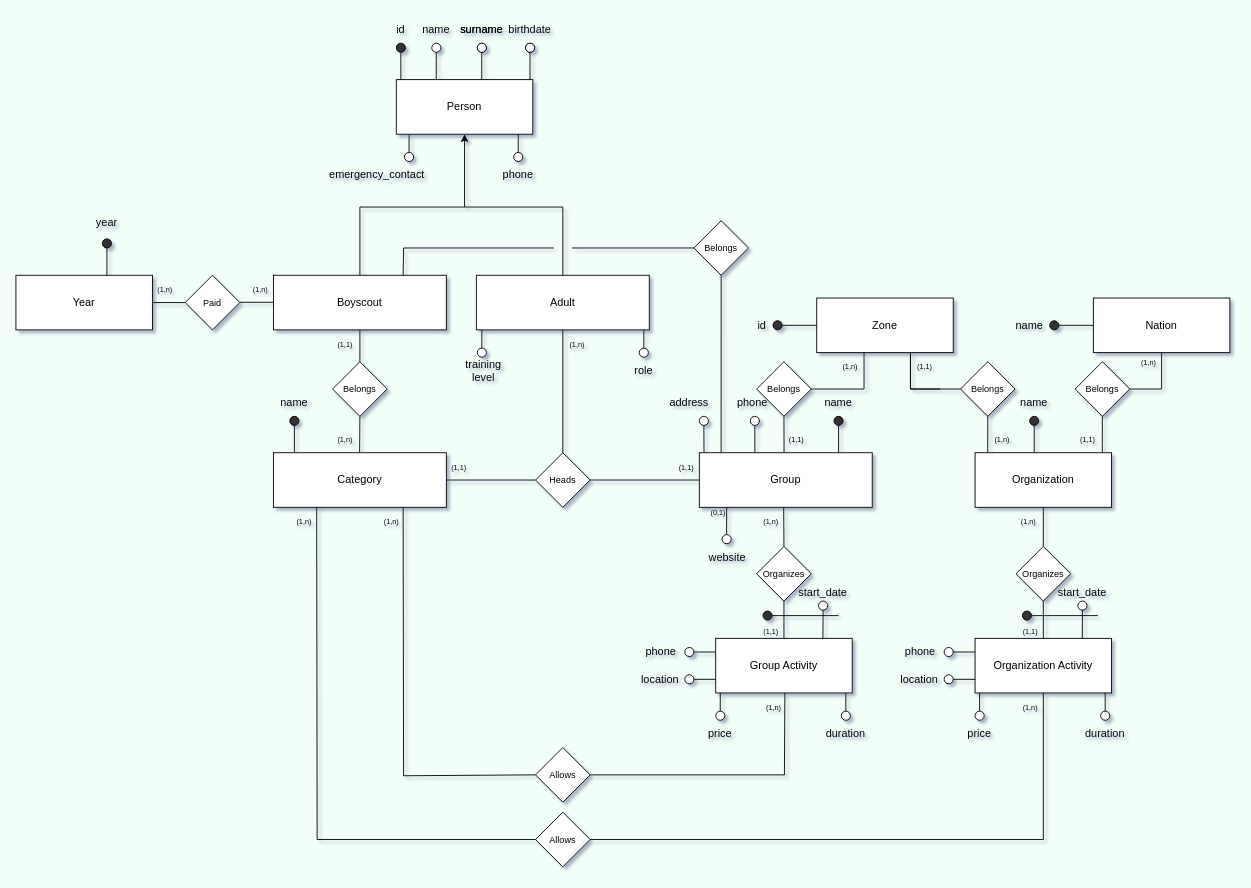
Above: database_project_second_version.drawio in michaelfidanza/scout_database (draw.io), before the change. Source tidied: cells renumbered, new cells numbered last; positions are measured from the earlier drawing's top-left corner, leaving out a move shared by most shapes. Both pictures are drawn from the tidied source at 91%, with x=0, y=0 at pixel (15, 15).
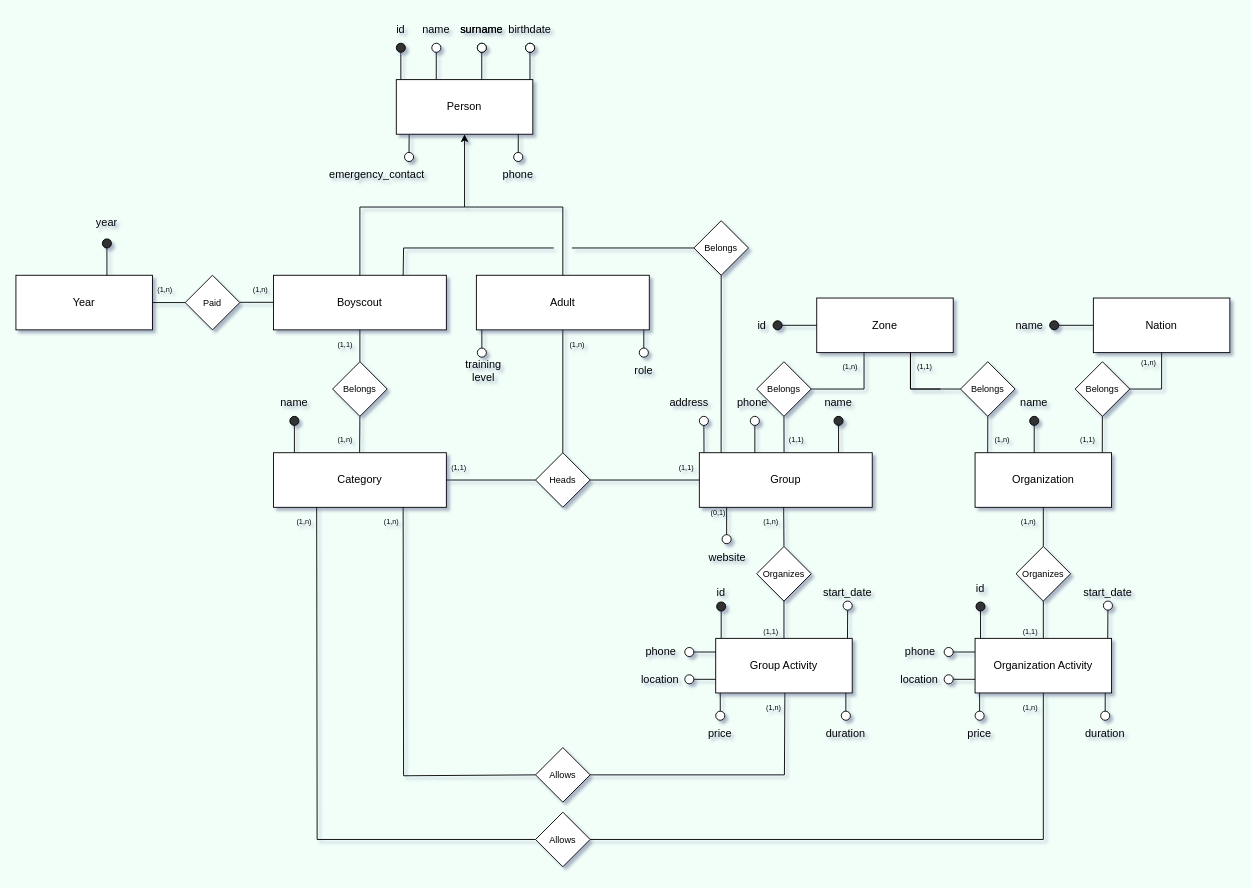
The same page after the edit.

What changed in the source:
```diff
@@
     <mxCell id="27" value="start_date" style="text;html=1;strokeColor=none;fillColor=none;align=center;verticalAlign=middle;whiteSpace=wrap;rounded=0;" parent="1" vertex="1">
-      <mxGeometry x="857" y="619" width="60" height="30" as="geometry" />
+      <mxGeometry x="884" y="619" width="60" height="30" as="geometry" />
     </mxCell>
     <mxCell id="28" style="ellipse;whiteSpace=wrap;html=1;fillColor=#FFFFFF;" parent="1" vertex="1">
-      <mxGeometry x="882" y="643" width="10" height="10" as="geometry" />
+      <mxGeometry x="909" y="643" width="10" height="10" as="geometry" />
     </mxCell>
     <mxCell id="29" style="endArrow=none;html=1;rounded=0;entryX=0.5;entryY=1;entryDx=0;entryDy=0;exitX=0.832;exitY=0;exitDx=0;exitDy=0;exitPerimeter=0;" parent="1" edge="1" target="28">
       <mxGeometry relative="1" as="geometry">
-        <mxPoint x="886.8" y="684" as="sourcePoint" />
+        <mxPoint x="913.8" y="684" as="sourcePoint" />
       </mxGeometry>
     </mxCell>
@@
-    <mxCell id="94" style="ellipse;whiteSpace=wrap;html=1;fillColor=#303030;" parent="1" vertex="1">
-      <mxGeometry x="821" y="654" width="10" height="10" as="geometry" />
-    </mxCell>
-    <mxCell id="95" style="endArrow=none;html=1;rounded=0;" parent="1" edge="1">
-      <mxGeometry relative="1" as="geometry">
-        <mxPoint x="904" y="659" as="sourcePoint" />
-        <mxPoint x="831" y="659" as="targetPoint" />
-      </mxGeometry>
-    </mxCell>
     <mxCell id="96" value="start_date" style="text;html=1;strokeColor=none;fillColor=none;align=center;verticalAlign=middle;whiteSpace=wrap;rounded=0;" parent="1" vertex="1">
-      <mxGeometry x="1142" y="619" width="60" height="30" as="geometry" />
+      <mxGeometry x="1170" y="619" width="60" height="30" as="geometry" />
     </mxCell>
     <mxCell id="97" style="ellipse;whiteSpace=wrap;html=1;fillColor=#FFFFFF;" parent="1" vertex="1">
-      <mxGeometry x="1167" y="643" width="10" height="10" as="geometry" />
+      <mxGeometry x="1195" y="643" width="10" height="10" as="geometry" />
     </mxCell>
     <mxCell id="98" style="endArrow=none;html=1;rounded=0;entryX=0.5;entryY=1;entryDx=0;entryDy=0;exitX=0.832;exitY=0;exitDx=0;exitDy=0;exitPerimeter=0;" parent="1" edge="1" target="97">
       <mxGeometry relative="1" as="geometry">
-        <mxPoint x="1171.8" y="684" as="sourcePoint" />
+        <mxPoint x="1199.8" y="684" as="sourcePoint" />
       </mxGeometry>
     </mxCell>
@@
-    <mxCell id="101" style="ellipse;whiteSpace=wrap;html=1;fillColor=#303030;" parent="1" vertex="1">
-      <mxGeometry x="1106" y="654" width="10" height="10" as="geometry" />
-    </mxCell>
-    <mxCell id="102" style="endArrow=none;html=1;rounded=0;" parent="1" edge="1">
-      <mxGeometry relative="1" as="geometry">
-        <mxPoint x="1189" y="659" as="sourcePoint" />
-        <mxPoint x="1116" y="659" as="targetPoint" />
-      </mxGeometry>
-    </mxCell>
@@
+    <mxCell id="161" style="ellipse;whiteSpace=wrap;html=1;fillColor=#303030;" parent="1" vertex="1">
+      <mxGeometry x="1055" y="644" width="10" height="10" as="geometry" />
+    </mxCell>
+    <mxCell id="162" style="endArrow=none;html=1;rounded=0;" parent="1" edge="1">
+      <mxGeometry relative="1" as="geometry">
+        <mxPoint x="1060" y="684" as="sourcePoint" />
+        <mxPoint x="1060" y="654" as="targetPoint" />
+      </mxGeometry>
+    </mxCell>
+    <mxCell id="163" value="id" style="text;html=1;strokeColor=none;fillColor=none;align=center;verticalAlign=middle;whiteSpace=wrap;rounded=0;" parent="1" vertex="1">
+      <mxGeometry x="1030" y="614" width="60" height="30" as="geometry" />
+    </mxCell>
+    <mxCell id="164" style="ellipse;whiteSpace=wrap;html=1;fillColor=#303030;" parent="1" vertex="1">
+      <mxGeometry x="770" y="644" width="10" height="10" as="geometry" />
+    </mxCell>
+    <mxCell id="165" style="endArrow=none;html=1;rounded=0;" parent="1" edge="1">
+      <mxGeometry relative="1" as="geometry">
+        <mxPoint x="775" y="684" as="sourcePoint" />
+        <mxPoint x="775" y="654" as="targetPoint" />
+      </mxGeometry>
+    </mxCell>
+    <mxCell id="166" value="id" style="text;html=1;strokeColor=none;fillColor=none;align=center;verticalAlign=middle;whiteSpace=wrap;rounded=0;" parent="1" vertex="1">
+      <mxGeometry x="745" y="619" width="60" height="30" as="geometry" />
+    </mxCell>
```
